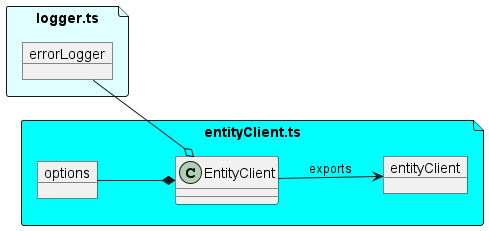
karmaniverous/entity-manager-demo keeps this PlantUML diagram as assets/entityClient.png. Above is the earlier version.
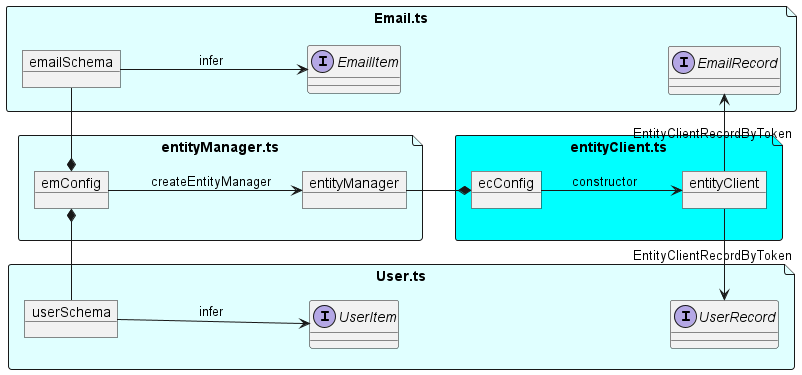
Above is the later version.

Change to the diagram source:
```diff
@@ -1,23 +1,47 @@
 @startuml entityClient
-
-allowmixing
 
 left to right direction
 
-file "logger.ts" as loggerTs #LightCyan {
-    object errorLogger
+file "entityClient.ts" as entityClientTs #Cyan {
+    object ecConfig
+    object entityClient
+
+    ecConfig --> entityClient: constructor
 }
 
-file "entityClient.ts" as entityClientTs #cyan {
-    object options
-    class EntityClient
+file "User.ts" as UserTs #LightCyan {
+    object userSchema
+    interface UserItem
+    interface UserRecord
 
-    errorLogger --o EntityClient
-    options --* EntityClient
+    userSchema --> UserItem: infer
+    UserItem -[hidden]--> UserRecord
 
-    object entityClient
-
-    EntityClient --> entityClient: exports
+    UserRecord <- entityClient : EntityClientRecordByToken
 }
 
+file "Email.ts" as EmailTs #LightCyan {
+    object emailSchema
+    interface EmailItem
+    interface EmailRecord
+
+    emailSchema --> EmailItem  : infer
+    EmailItem -[hidden]--> EmailRecord
+
+    EmailRecord <- entityClient : EntityClientRecordByToken
+}
+
+file "entityManager.ts" as entityManagerTs #LightCyan {
+    object emConfig
+
+    userSchema -* emConfig
+    emailSchema -* emConfig
+
+    object entityManager
+
+    emConfig --> entityManager: createEntityManager
+}
+
+entityManager --* ecConfig
+
 @enduml
```
